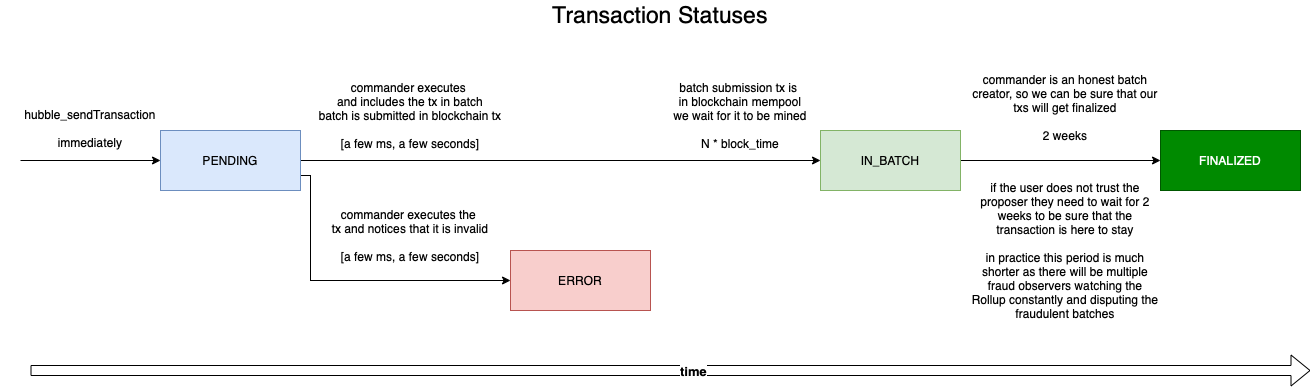
Before: docs/tx_statuses.png, a diagram exported from draw.io (worldcoin/hubble-commander). Source tidied: cells renumbered, new cells last; positions are measured from the earlier drawing's top-left corner, leaving out a move shared by most shapes. Its diagram source:
```xml
<mxGraphModel>
  <root>
    <mxCell id="0" />
    <mxCell id="1" parent="0" />
    <mxCell id="2" style="edgeStyle=orthogonalEdgeStyle;rounded=0;jettySize=auto;html=1;exitX=1;exitY=0.75;exitDx=0;exitDy=0;entryX=0;entryY=0.5;entryDx=0;entryDy=0;" parent="1" edge="1" source="4" target="7">
      <mxGeometry relative="1" as="geometry">
        <Array as="points">
          <mxPoint x="310" y="175" />
          <mxPoint x="310" y="280" />
        </Array>
      </mxGeometry>
    </mxCell>
    <mxCell id="3" style="edgeStyle=orthogonalEdgeStyle;rounded=0;jettySize=auto;html=1;exitX=1;exitY=0.5;exitDx=0;exitDy=0;entryX=0;entryY=0.5;entryDx=0;entryDy=0;" parent="1" edge="1" source="4" target="6">
      <mxGeometry relative="1" as="geometry" />
    </mxCell>
    <mxCell id="4" value="PENDING" style="rounded=0;whiteSpace=wrap;html=1;fillColor=#dae8fc;strokeColor=#6c8ebf;" parent="1" vertex="1">
      <mxGeometry x="160" y="130" width="140" height="60" as="geometry" />
    </mxCell>
    <mxCell id="5" style="edgeStyle=orthogonalEdgeStyle;rounded=0;jettySize=auto;html=1;" parent="1" edge="1" source="6" target="8">
      <mxGeometry relative="1" as="geometry" />
    </mxCell>
    <mxCell id="6" value="IN_BATCH" style="rounded=0;whiteSpace=wrap;html=1;fillColor=#d5e8d4;strokeColor=#82b366;" parent="1" vertex="1">
      <mxGeometry x="820" y="130" width="140" height="60" as="geometry" />
    </mxCell>
    <mxCell id="7" value="ERROR" style="rounded=0;whiteSpace=wrap;html=1;fillColor=#f8cecc;strokeColor=#b85450;" parent="1" vertex="1">
      <mxGeometry x="510" y="250" width="140" height="60" as="geometry" />
    </mxCell>
    <mxCell id="8" value="FINALIZED" style="rounded=0;whiteSpace=wrap;html=1;fillColor=#008a00;strokeColor=#005700;fontColor=#ffffff;" parent="1" vertex="1">
      <mxGeometry x="1160" y="130" width="140" height="60" as="geometry" />
    </mxCell>
    <mxCell id="9" value="hubble_sendTransaction&lt;br&gt;&lt;br&gt;immediately" style="text;html=1;strokeColor=none;fillColor=none;align=center;verticalAlign=middle;whiteSpace=wrap;rounded=0;" parent="1" vertex="1">
      <mxGeometry y="108" width="180" height="40" as="geometry" />
    </mxCell>
    <mxCell id="10" style="endArrow=classic;html=1;rounded=0;entryX=0;entryY=0.5;entryDx=0;entryDy=0;" parent="1" edge="1" target="4">
      <mxGeometry relative="1" as="geometry">
        <mxPoint x="20" y="160" as="sourcePoint" />
      </mxGeometry>
    </mxCell>
    <mxCell id="11" value="commander is an honest batch creator, so we can be sure that our txs will get finalized&lt;br&gt;&lt;br&gt;2 weeks" style="text;html=1;strokeColor=none;fillColor=none;align=center;verticalAlign=middle;whiteSpace=wrap;rounded=0;" parent="1" vertex="1">
      <mxGeometry x="970" y="66" width="190" height="82" as="geometry" />
    </mxCell>
    <mxCell id="12" value="commander executes&amp;nbsp;&lt;br&gt;and includes the tx in batch&lt;br&gt;batch is submitted in blockchain tx&lt;br&gt;&lt;br&gt;[a few ms, a few seconds]" style="text;html=1;strokeColor=none;fillColor=none;align=center;verticalAlign=middle;whiteSpace=wrap;rounded=0;" parent="1" vertex="1">
      <mxGeometry x="230" y="90" width="360" height="50" as="geometry" />
    </mxCell>
    <mxCell id="13" value="batch submission tx is &lt;br&gt;in blockchain mempool&lt;br&gt;we wait for it to be mined&lt;br&gt;&lt;br&gt;N * block_time" style="text;html=1;strokeColor=none;fillColor=none;align=center;verticalAlign=middle;whiteSpace=wrap;rounded=0;" parent="1" vertex="1">
      <mxGeometry x="560" y="70" width="360" height="90" as="geometry" />
    </mxCell>
    <mxCell id="14" value="if the user does not trust the proposer they need to wait for 2 weeks to be sure that the transaction is here to stay&lt;br&gt;&lt;br&gt;in practice this period is much shorter as there will be multiple fraud observers watching the Rollup constantly and disputing the fraudulent batches" style="text;html=1;strokeColor=none;fillColor=none;align=center;verticalAlign=middle;whiteSpace=wrap;rounded=0;" parent="1" vertex="1">
      <mxGeometry x="970" y="150" width="190" height="200" as="geometry" />
    </mxCell>
    <mxCell id="15" value="commander executes&amp;nbsp;the&amp;nbsp;&lt;br&gt;tx and notices that it is invalid&lt;br&gt;&lt;br&gt;[a few ms, a few seconds]" style="text;html=1;strokeColor=none;fillColor=none;align=center;verticalAlign=middle;whiteSpace=wrap;rounded=0;" parent="1" vertex="1">
      <mxGeometry x="230" y="210" width="360" height="50" as="geometry" />
    </mxCell>
    <mxCell id="16" style="shape=flexArrow;endArrow=classic;html=1;rounded=0;" parent="1" edge="1">
      <mxGeometry relative="1" as="geometry">
        <mxPoint x="30" y="370" as="sourcePoint" />
        <mxPoint x="1310" y="370" as="targetPoint" />
      </mxGeometry>
    </mxCell>
    <mxCell id="17" value="&lt;font style=&quot;font-size: 13px&quot;&gt;&lt;b&gt;time&lt;/b&gt;&lt;/font&gt;" style="edgeLabel;html=1;align=center;verticalAlign=middle;" parent="16" vertex="1">
      <mxGeometry x="0.04" y="-1" relative="1" as="geometry">
        <mxPoint y="-1" as="offset" />
      </mxGeometry>
    </mxCell>
    <mxCell id="18" value="&lt;font style=&quot;font-size: 23px&quot;&gt;Transaction Statuses&lt;/font&gt;" style="text;html=1;strokeColor=none;fillColor=none;align=center;verticalAlign=middle;whiteSpace=wrap;rounded=0;fontSize=13;" parent="1" vertex="1">
      <mxGeometry x="550" width="220" height="30" as="geometry" />
    </mxCell>
  </root>
</mxGraphModel>
```
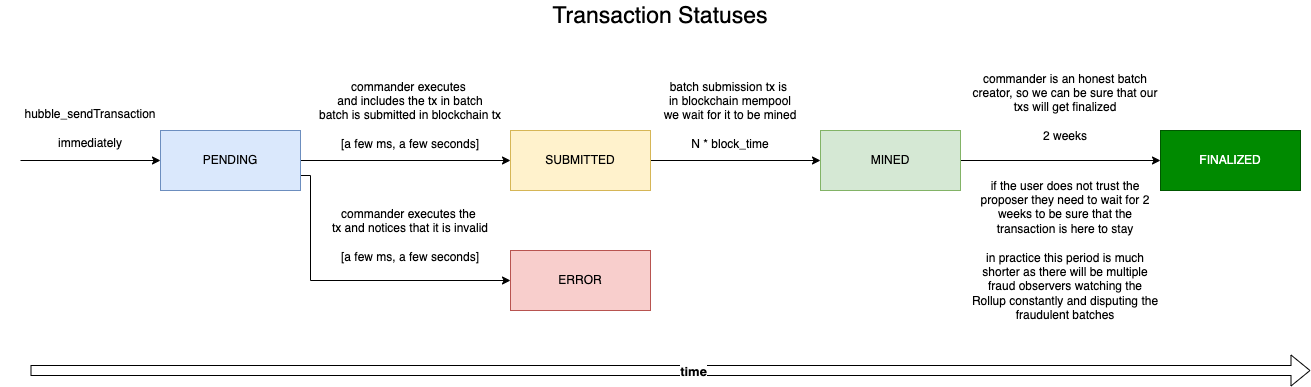
After the commit.

Change to the diagram source:
```diff
@@ -10,16 +10,19 @@
         </Array>
       </mxGeometry>
     </mxCell>
-    <mxCell id="3" style="edgeStyle=orthogonalEdgeStyle;rounded=0;jettySize=auto;html=1;exitX=1;exitY=0.5;exitDx=0;exitDy=0;entryX=0;entryY=0.5;entryDx=0;entryDy=0;" parent="1" edge="1" source="4" target="6">
+    <mxCell id="3" style="edgeStyle=orthogonalEdgeStyle;rounded=0;jettySize=auto;html=1;exitX=1;exitY=0.5;exitDx=0;exitDy=0;entryX=0;entryY=0.5;entryDx=0;entryDy=0;startArrow=none;" parent="1" edge="1" source="20" target="6">
       <mxGeometry relative="1" as="geometry" />
     </mxCell>
+    <mxCell id="19" style="edgeStyle=orthogonalEdgeStyle;rounded=0;jettySize=auto;html=1;exitX=1;exitY=0.5;exitDx=0;exitDy=0;entryX=0;entryY=0.5;entryDx=0;entryDy=0;" parent="1" edge="1" source="4" target="20">
+      <mxGeometry relative="1" as="geometry" />
+    </mxCell>
     <mxCell id="4" value="PENDING" style="rounded=0;whiteSpace=wrap;html=1;fillColor=#dae8fc;strokeColor=#6c8ebf;" parent="1" vertex="1">
       <mxGeometry x="160" y="130" width="140" height="60" as="geometry" />
     </mxCell>
     <mxCell id="5" style="edgeStyle=orthogonalEdgeStyle;rounded=0;jettySize=auto;html=1;" parent="1" edge="1" source="6" target="8">
       <mxGeometry relative="1" as="geometry" />
     </mxCell>
-    <mxCell id="6" value="IN_BATCH" style="rounded=0;whiteSpace=wrap;html=1;fillColor=#d5e8d4;strokeColor=#82b366;" parent="1" vertex="1">
+    <mxCell id="6" value="MINED" style="rounded=0;whiteSpace=wrap;html=1;fillColor=#d5e8d4;strokeColor=#82b366;" parent="1" vertex="1">
       <mxGeometry x="820" y="130" width="140" height="60" as="geometry" />
     </mxCell>
     <mxCell id="7" value="ERROR" style="rounded=0;whiteSpace=wrap;html=1;fillColor=#f8cecc;strokeColor=#b85450;" parent="1" vertex="1">
@@ -43,7 +46,7 @@
       <mxGeometry x="230" y="90" width="360" height="50" as="geometry" />
     </mxCell>
     <mxCell id="13" value="batch submission tx is &lt;br&gt;in blockchain mempool&lt;br&gt;we wait for it to be mined&lt;br&gt;&lt;br&gt;N * block_time" style="text;html=1;strokeColor=none;fillColor=none;align=center;verticalAlign=middle;whiteSpace=wrap;rounded=0;" parent="1" vertex="1">
-      <mxGeometry x="560" y="70" width="360" height="90" as="geometry" />
+      <mxGeometry x="550" y="70" width="360" height="90" as="geometry" />
     </mxCell>
     <mxCell id="14" value="if the user does not trust the proposer they need to wait for 2 weeks to be sure that the transaction is here to stay&lt;br&gt;&lt;br&gt;in practice this period is much shorter as there will be multiple fraud observers watching the Rollup constantly and disputing the fraudulent batches" style="text;html=1;strokeColor=none;fillColor=none;align=center;verticalAlign=middle;whiteSpace=wrap;rounded=0;" parent="1" vertex="1">
       <mxGeometry x="970" y="150" width="190" height="200" as="geometry" />
@@ -65,5 +68,8 @@
     <mxCell id="18" value="&lt;font style=&quot;font-size: 23px&quot;&gt;Transaction Statuses&lt;/font&gt;" style="text;html=1;strokeColor=none;fillColor=none;align=center;verticalAlign=middle;whiteSpace=wrap;rounded=0;fontSize=13;" parent="1" vertex="1">
       <mxGeometry x="550" width="220" height="30" as="geometry" />
     </mxCell>
+    <mxCell id="20" value="SUBMITTED" style="rounded=0;whiteSpace=wrap;html=1;fillColor=#fff2cc;strokeColor=#d6b656;" parent="1" vertex="1">
+      <mxGeometry x="510" y="130" width="140" height="60" as="geometry" />
+    </mxCell>
   </root>
 </mxGraphModel>
```
